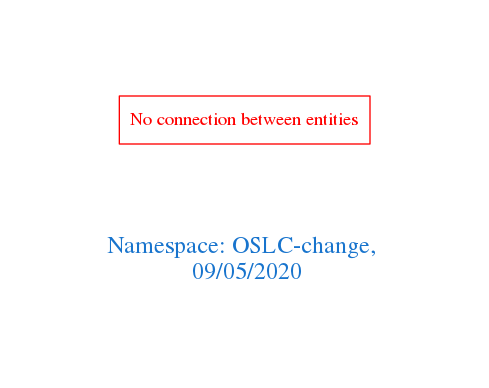
Earlier version of the Graphviz export downloads/OSLC-change.png (arago/OGIT). Its source is kept beside it as downloads/OSLC-change.dot.
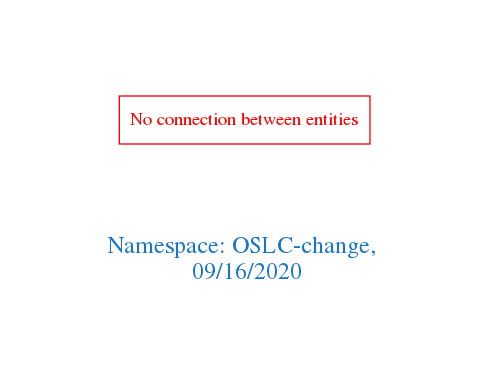
Above is the later version.

The edit, as a diff of the source:
```diff
@@ -1,7 +1,7 @@
 digraph OGIT_ontology {
  graph [ rankdir= LR,pad=1
 fontsize = 18,
-fontcolor= dodgerblue3,label = "\n\n\nNamespace: OSLC-change, \n 09/05/2020"];
+fontcolor= dodgerblue3,label = "\n\n\nNamespace: OSLC-change, \n 09/16/2020"];
 node[shape=polygon];
 edge [  color="gray81"];
 
```
